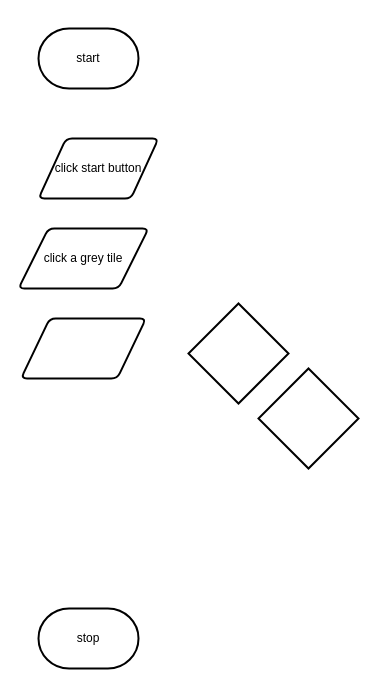
Above: design/flowchart.drawio in MTHS-ICS2O-2-2022/ICS2O-Final-Project-Group04 (draw.io), before the change. Source tidied: cells renumbered, new cells numbered last; positions are measured from the earlier drawing's top-left corner, leaving out a move shared by most shapes. Both pictures are drawn from the tidied source at 100%, with x=0, y=0 at pixel (18, 28).
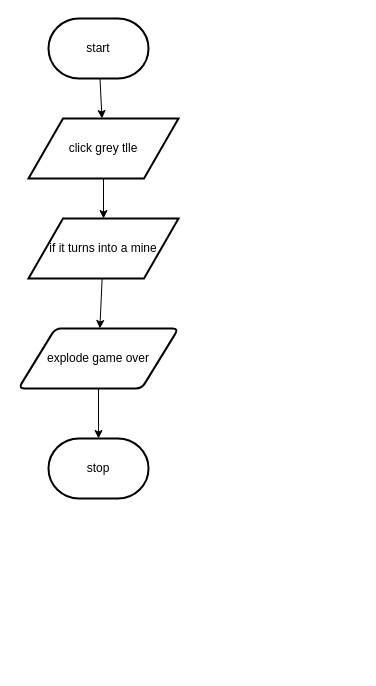
The same diagram, later.

Change to the diagram source:
```diff
@@
 <mxGraphModel>
   <root>
     <mxCell id="0" />
     <mxCell id="1" parent="0" />
+    <mxCell id="9" style="edgeStyle=none;html=1;" parent="1" edge="1" source="2" target="11">
+      <mxGeometry relative="1" as="geometry" />
+    </mxCell>
-    <mxCell id="2" value="start" style="strokeWidth=2;html=1;shape=mxgraph.flowchart.terminator;whiteSpace=wrap;" parent="1" vertex="1">
-      <mxGeometry x="20" width="100" height="60" as="geometry" />
+    <mxCell id="2" value="start" style="strokeWidth=2;html=1;shape=mxgraph.flowchart.terminator;whiteSpace=wrap;rounded=0;" parent="1" vertex="1">
+      <mxGeometry x="30" y="-10" width="100" height="60" as="geometry" />
     </mxCell>
-    <mxCell id="3" value="stop" style="strokeWidth=2;html=1;shape=mxgraph.flowchart.terminator;whiteSpace=wrap;" parent="1" vertex="1">
-      <mxGeometry x="20" y="580" width="100" height="60" as="geometry" />
+    <mxCell id="3" value="stop" style="strokeWidth=2;html=1;shape=mxgraph.flowchart.terminator;whiteSpace=wrap;rounded=0;" parent="1" vertex="1">
+      <mxGeometry x="30" y="410" width="100" height="60" as="geometry" />
     </mxCell>
-    <mxCell id="4" value="click start button" style="shape=parallelogram;html=1;strokeWidth=2;perimeter=parallelogramPerimeter;whiteSpace=wrap;rounded=1;arcSize=12;size=0.23;" parent="1" vertex="1">
-      <mxGeometry x="20" y="110" width="120" height="60" as="geometry" />
-    </mxCell>
-    <mxCell id="5" value="click a grey tile" style="shape=parallelogram;html=1;strokeWidth=2;perimeter=parallelogramPerimeter;whiteSpace=wrap;rounded=1;arcSize=12;size=0.23;" parent="1" vertex="1">
-      <mxGeometry y="200" width="130" height="60" as="geometry" />
-    </mxCell>
-    <mxCell id="6" style="strokeWidth=2;html=1;shape=mxgraph.flowchart.decision;whiteSpace=wrap;" parent="1" vertex="1">
-      <mxGeometry x="240" y="340" width="100" height="100" as="geometry" />
-    </mxCell>
-    <mxCell id="7" style="strokeWidth=2;html=1;shape=mxgraph.flowchart.decision;whiteSpace=wrap;" parent="1" vertex="1">
-      <mxGeometry x="170" y="275" width="100" height="100" as="geometry" />
-    </mxCell>
-    <mxCell id="8" style="shape=parallelogram;html=1;strokeWidth=2;perimeter=parallelogramPerimeter;whiteSpace=wrap;rounded=1;arcSize=12;size=0.23;" parent="1" vertex="1">
-      <mxGeometry x="2.5" y="290" width="125" height="60" as="geometry" />
-    </mxCell>
+    <mxCell id="10" style="edgeStyle=none;html=1;" parent="1" edge="1" source="11" target="13">
+      <mxGeometry relative="1" as="geometry" />
+    </mxCell>
+    <mxCell id="11" value="click grey tlle" style="shape=parallelogram;html=1;strokeWidth=2;perimeter=parallelogramPerimeter;whiteSpace=wrap;rounded=0;arcSize=12;size=0.23;" parent="1" vertex="1">
+      <mxGeometry x="10" y="90" width="150" height="60" as="geometry" />
+    </mxCell>
+    <mxCell id="12" style="edgeStyle=none;html=1;" parent="1" edge="1" source="13" target="15">
+      <mxGeometry relative="1" as="geometry" />
+    </mxCell>
+    <mxCell id="13" value="if it turns into a mine" style="shape=parallelogram;html=1;strokeWidth=2;perimeter=parallelogramPerimeter;whiteSpace=wrap;rounded=0;arcSize=12;size=0.23;" parent="1" vertex="1">
+      <mxGeometry x="10" y="190" width="150" height="60" as="geometry" />
+    </mxCell>
+    <mxCell id="14" style="edgeStyle=none;html=1;" parent="1" edge="1" source="15" target="3">
+      <mxGeometry relative="1" as="geometry" />
+    </mxCell>
+    <mxCell id="15" value="explode game over" style="shape=parallelogram;html=1;strokeWidth=2;perimeter=parallelogramPerimeter;whiteSpace=wrap;rounded=1;arcSize=12;size=0.23;" parent="1" vertex="1">
+      <mxGeometry y="300" width="160" height="60" as="geometry" />
+    </mxCell>
   </root>
 </mxGraphModel>
```
